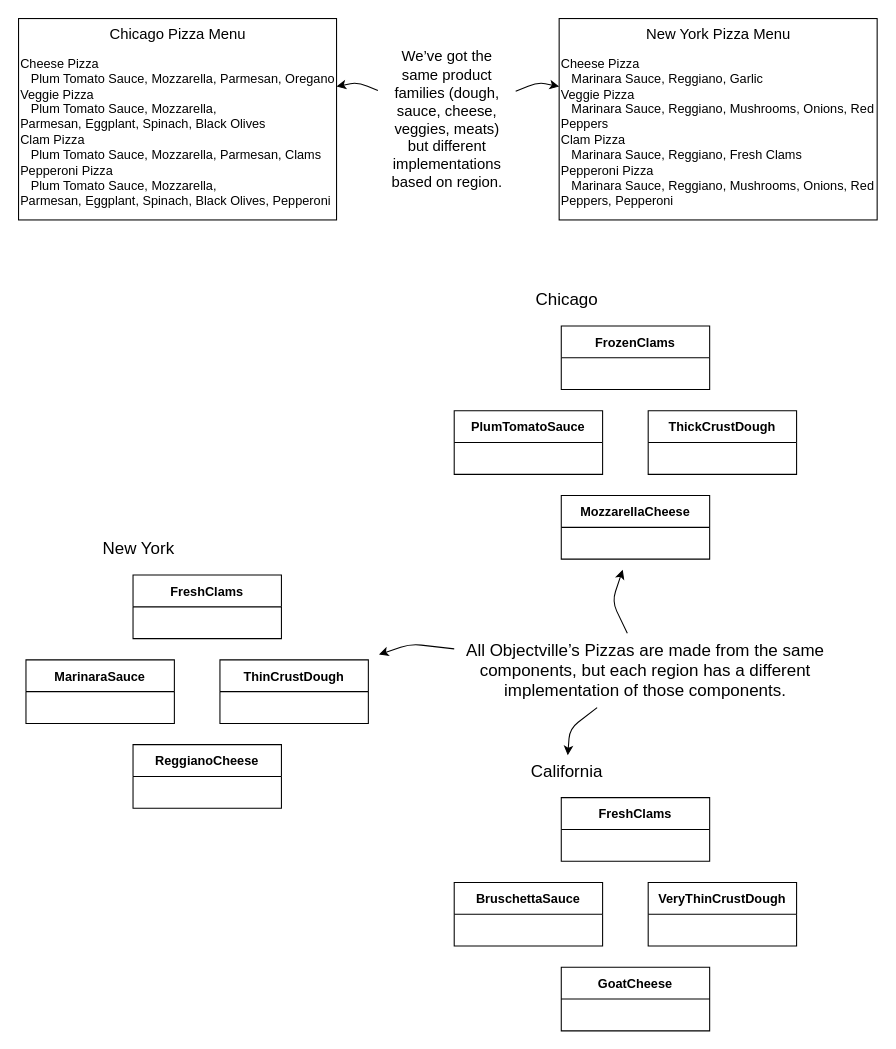
The draw.io diagram head-first-design-patterns/diagrams/04_04_pizza_store_factory_pattern.drawio in huyurt/book-summary, before the edit. Source tidied: cells renumbered, new cells numbered last; positions are measured from the earlier drawing's top-left corner, leaving out a move shared by most shapes. Both pictures are drawn from the tidied source at 106%, with x=0, y=0 at pixel (18, 18).
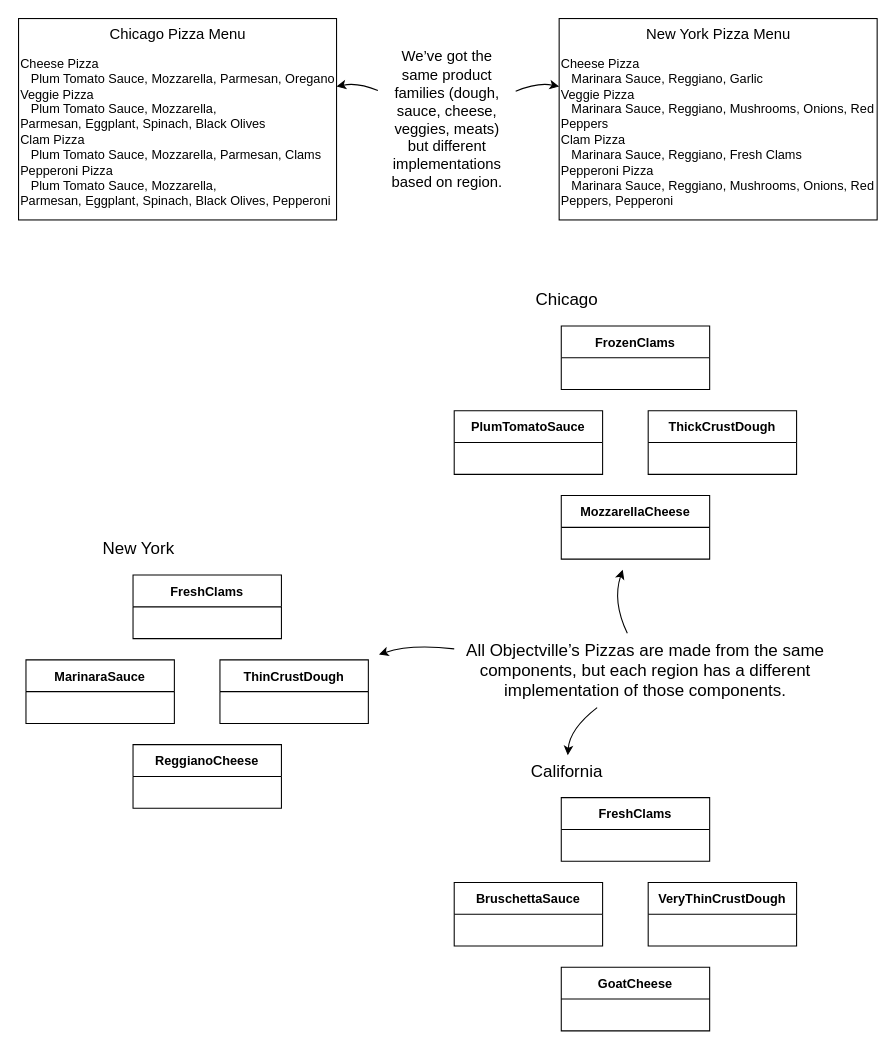
The same page after the edit.

Unchanged cells that the change refers to:
```xml
<mxCell id="3" value="&lt;br&gt;&lt;br&gt;&lt;div&gt;Cheese Pizza&lt;/div&gt;&lt;div&gt;&amp;nbsp; &amp;nbsp;Plum Tomato Sauce, Mozzarella, Parmesan,&amp;nbsp;&lt;span style=&quot;background-color: initial;&quot;&gt;Oregano&lt;/span&gt;&lt;/div&gt;&lt;div&gt;Veggie Pizza&lt;/div&gt;&lt;div&gt;&amp;nbsp; &amp;nbsp;Plum Tomato Sauce, Mozzarella, Parmesan,&amp;nbsp;&lt;span style=&quot;background-color: initial;&quot;&gt;Eggplant, Spinach, Black Olives&lt;/span&gt;&lt;/div&gt;&lt;div&gt;Clam Pizza&lt;/div&gt;&lt;div&gt;&amp;nbsp; &amp;nbsp;Plum Tomato Sauce, Mozzarella, Parmesan, Clams&lt;/div&gt;&lt;div&gt;Pepperoni Pizza&lt;/div&gt;&lt;div&gt;&amp;nbsp; &amp;nbsp;Plum Tomato Sauce, Mozzarella, Parmesan,&amp;nbsp;&lt;span style=&quot;background-color: initial;&quot;&gt;Eggplant, Spinach, Black Olives, Pepperoni&lt;/span&gt;&lt;/div&gt;" style="rounded=0;whiteSpace=wrap;html=1;verticalAlign=top;align=left;" parent="2" vertex="1">
  <mxGeometry width="300" height="190" as="geometry" />
</mxCell>
<mxCell id="6" value="&lt;br&gt;&lt;br&gt;&lt;div&gt;&lt;div&gt;Cheese Pizza&lt;/div&gt;&lt;div&gt;&amp;nbsp; &amp;nbsp;Marinara Sauce, Reggiano, Garlic&lt;/div&gt;&lt;div&gt;Veggie Pizza&lt;/div&gt;&lt;div&gt;&amp;nbsp; &amp;nbsp;Marinara Sauce, Reggiano, Mushrooms,&amp;nbsp;&lt;span style=&quot;background-color: initial;&quot;&gt;Onions, Red Peppers&lt;/span&gt;&lt;/div&gt;&lt;div&gt;Clam Pizza&lt;/div&gt;&lt;div&gt;&amp;nbsp; &amp;nbsp;Marinara Sauce, Reggiano, Fresh Clams&lt;/div&gt;&lt;div&gt;Pepperoni Pizza&lt;/div&gt;&lt;div&gt;&amp;nbsp; &amp;nbsp;Marinara Sauce, Reggiano, Mushrooms,&amp;nbsp;&lt;span style=&quot;background-color: initial;&quot;&gt;Onions, Red Peppers, Pepperoni&lt;/span&gt;&lt;/div&gt;&lt;/div&gt;" style="rounded=0;whiteSpace=wrap;html=1;verticalAlign=top;align=left;" parent="5" vertex="1">
  <mxGeometry width="300" height="190" as="geometry" />
</mxCell>
<mxCell id="8" value="&lt;div&gt;We’ve got the&lt;/div&gt;&lt;div&gt;same product&lt;/div&gt;&lt;div&gt;families (dough,&lt;/div&gt;&lt;div&gt;sauce, cheese,&lt;/div&gt;&lt;div&gt;veggies, meats)&lt;/div&gt;&lt;div&gt;but different&lt;/div&gt;&lt;div&gt;implementations&lt;/div&gt;&lt;div&gt;based on region.&lt;/div&gt;" style="text;html=1;align=center;verticalAlign=middle;points=[];strokeColor=none;fillColor=none;fontSize=14;" parent="1" vertex="1">
  <mxGeometry x="339" y="20" width="130" height="150" as="geometry" />
</mxCell>
<mxCell id="11" value="&lt;div&gt;All Objectville’s Pizzas are made from the same&lt;/div&gt;&lt;div&gt;components, but each region has a different&lt;/div&gt;&lt;div&gt;implementation of those components.&lt;/div&gt;" style="text;html=1;align=center;verticalAlign=middle;points=[];strokeColor=none;fillColor=none;fontSize=16;" parent="1" vertex="1">
  <mxGeometry x="411" y="580" width="360" height="70" as="geometry" />
</mxCell>
<mxCell id="29" value="California" style="text;html=1;align=center;verticalAlign=middle;points=[];strokeColor=none;fillColor=none;fontSize=16;" parent="24" vertex="1">
  <mxGeometry x="61" width="90" height="30" as="geometry" />
</mxCell>
```

Diff of the diagram source:
```diff
@@
-    <mxCell id="9" style="endArrow=classic;html=1;rounded=1;fontSize=14;" parent="1" edge="1" source="8" target="3">
+    <mxCell id="9" style="endArrow=classic;html=1;fontSize=14;curved=1;" parent="1" edge="1" source="8" target="3">
       <mxGeometry relative="1" as="geometry">
         <Array as="points">
           <mxPoint x="320" y="60" />
         </Array>
       </mxGeometry>
     </mxCell>
-    <mxCell id="10" style="endArrow=classic;html=1;rounded=1;fontSize=14;" parent="1" edge="1" source="8" target="6">
+    <mxCell id="10" style="endArrow=classic;html=1;fontSize=14;curved=1;" parent="1" edge="1" source="8" target="6">
       <mxGeometry relative="1" as="geometry">
         <Array as="points">
           <mxPoint x="490" y="60" />
         </Array>
       </mxGeometry>
     </mxCell>
@@
-    <mxCell id="30" style="endArrow=classic;html=1;rounded=1;fontSize=16;" parent="1" edge="1" source="11" target="29">
+    <mxCell id="30" style="endArrow=classic;html=1;fontSize=16;curved=1;" parent="1" edge="1" source="11" target="29">
       <mxGeometry relative="1" as="geometry">
         <Array as="points">
           <mxPoint x="520" y="670" />
         </Array>
       </mxGeometry>
     </mxCell>
-    <mxCell id="31" style="endArrow=classic;html=1;rounded=1;fontSize=16;" parent="1" edge="1" source="11">
+    <mxCell id="31" style="endArrow=classic;html=1;fontSize=16;curved=1;" parent="1" edge="1" source="11">
       <mxGeometry relative="1" as="geometry">
         <mxPoint x="570" y="520" as="targetPoint" />
         <Array as="points">
           <mxPoint x="560" y="550" />
         </Array>
       </mxGeometry>
     </mxCell>
-    <mxCell id="32" style="endArrow=classic;html=1;rounded=1;fontSize=16;" parent="1" edge="1" source="11">
+    <mxCell id="32" style="endArrow=classic;html=1;fontSize=16;curved=1;" parent="1" edge="1" source="11">
       <mxGeometry relative="1" as="geometry">
         <mxPoint x="340" y="600" as="targetPoint" />
         <Array as="points">
           <mxPoint x="370" y="590" />
         </Array>
       </mxGeometry>
     </mxCell>
```
